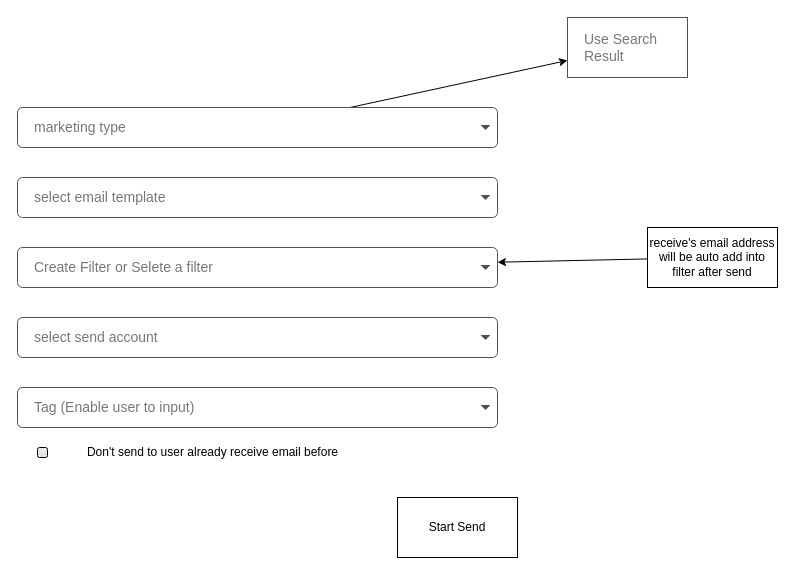
Earlier version of the draw.io diagram doc/design/email-marketing-buck-send.drawio (robertzengcn/social-marketing). Source tidied: cells renumbered, new cells numbered last; positions are measured from the earlier drawing's top-left corner, leaving out a move shared by most shapes. Both pictures are drawn from the tidied source at 100%, with x=0, y=0 at pixel (17, 17).
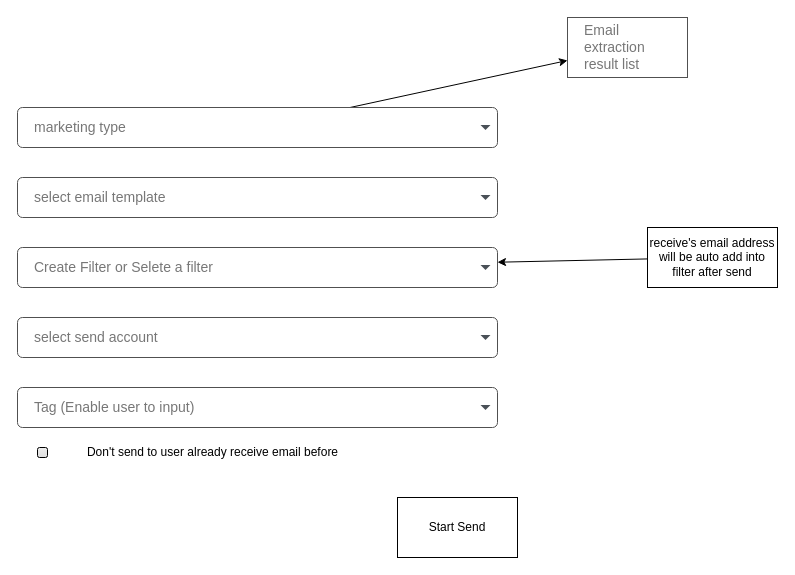
Above is the later version.

Commit message (it also covers changes not shown here):
update email extraction table list

What changed in the source:
```diff
@@
-    <mxCell id="11" value="Use Search Result" style="whiteSpace=wrap;html=1;fontSize=14;align=left;fillColor=#ffffff;strokeColor=#505050;fontColor=#777777;shadow=0;dashed=0;strokeWidth=1;fontStyle=0;spacingRight=0;spacing=17;" parent="1" vertex="1">
+    <mxCell id="11" value="Email extraction result list" style="whiteSpace=wrap;html=1;fontSize=14;align=left;fillColor=#ffffff;strokeColor=#505050;fontColor=#777777;shadow=0;dashed=0;strokeWidth=1;fontStyle=0;spacingRight=0;spacing=17;" parent="1" vertex="1">
       <mxGeometry x="550" width="120" height="60" as="geometry" />
     </mxCell>
```
